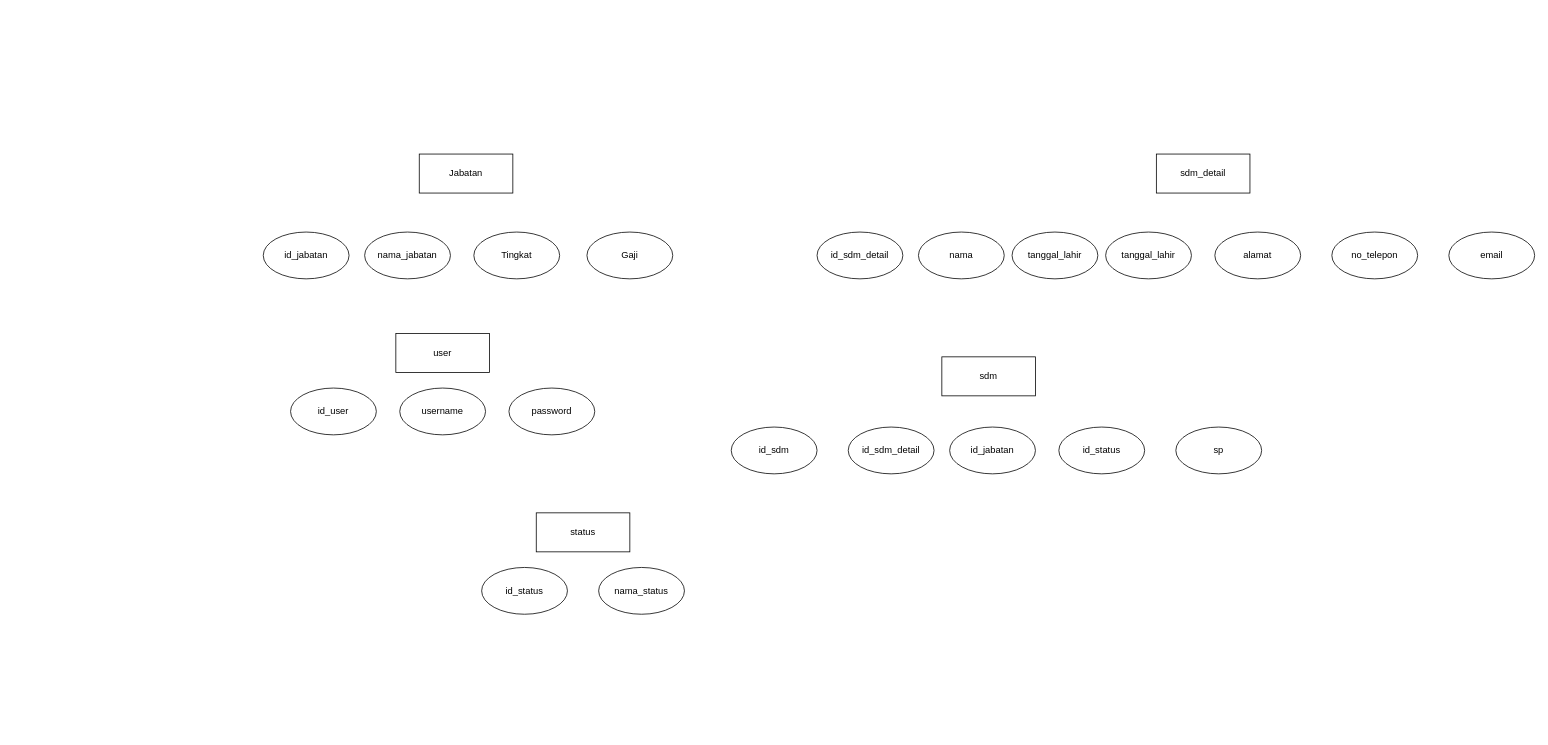
Earlier version of the draw.io diagram erd.drawio (RamziAhmar/UTS-Templating-CRUD-CI4). Source tidied: cells renumbered, new cells numbered last; positions are measured from the earlier drawing's top-left corner, leaving out a move shared by most shapes. Both pictures are drawn from the tidied source at 78%, with x=0, y=0 at pixel (263, 154).
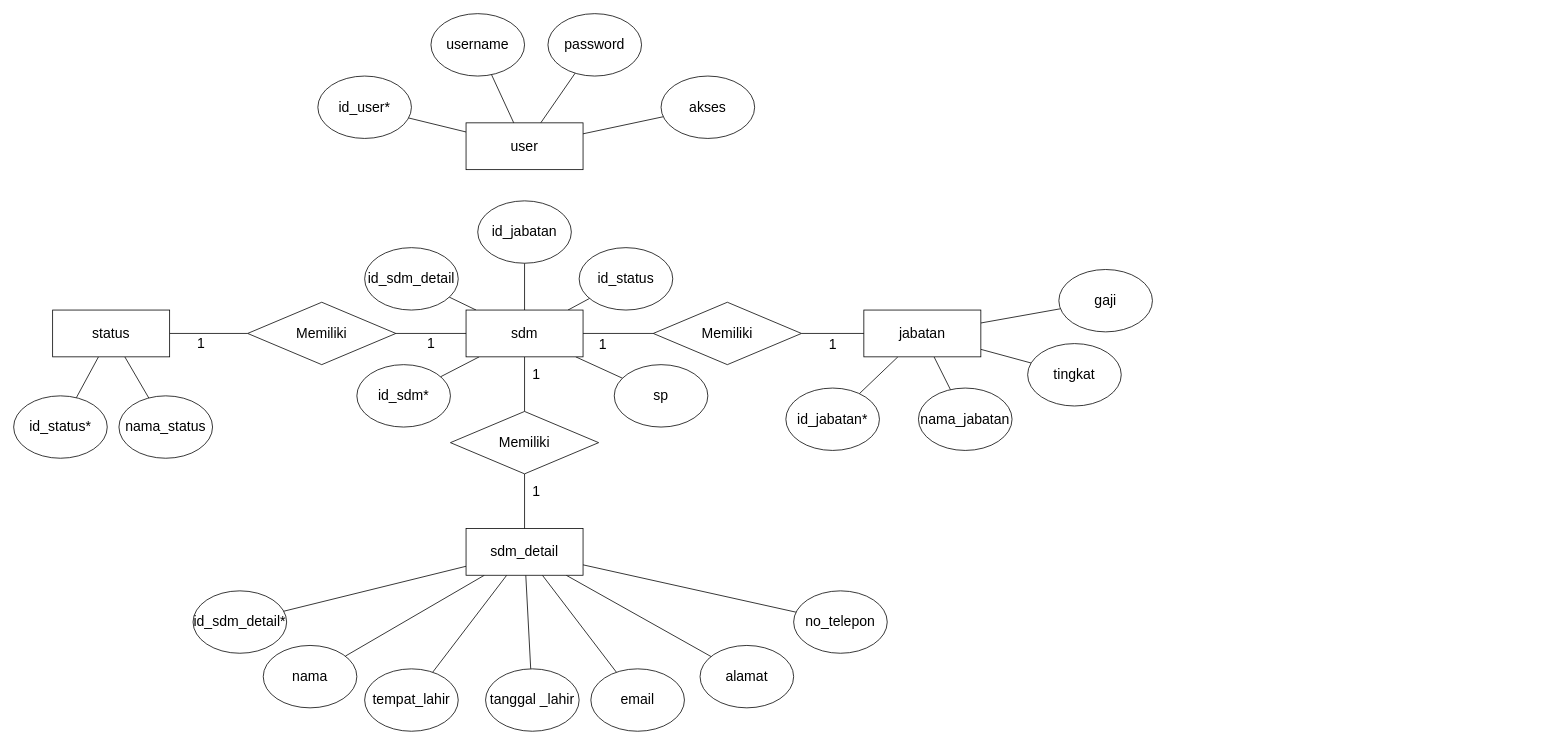
The same page after the edit.

What changed in the source:
```diff
@@
-    <mxCell id="2" value="Jabatan" style="rounded=0;whiteSpace=wrap;html=1;" parent="1" vertex="1">
-      <mxGeometry x="200" width="120" height="50" as="geometry" />
-    </mxCell>
-    <mxCell id="3" value="id_sdm_detail" style="ellipse;whiteSpace=wrap;html=1;" parent="1" vertex="1">
-      <mxGeometry x="710" y="100" width="110" height="60" as="geometry" />
-    </mxCell>
-    <mxCell id="4" value="nama_jabatan" style="ellipse;whiteSpace=wrap;html=1;" parent="1" vertex="1">
-      <mxGeometry x="130" y="100" width="110" height="60" as="geometry" />
-    </mxCell>
+    <mxCell id="28" value="id_sdm_detail*" style="ellipse;whiteSpace=wrap;html=1;fontSize=18;" parent="1" vertex="1">
+      <mxGeometry x="-90" y="560" width="120" height="80" as="geometry" />
+    </mxCell>
+    <mxCell id="29" style="rounded=0;jettySize=auto;html=1;endArrow=none;endFill=0;fontSize=18;" parent="1" edge="1" source="5" target="28">
+      <mxGeometry relative="1" as="geometry" />
+    </mxCell>
+    <mxCell id="30" style="rounded=0;jettySize=auto;html=1;endArrow=none;endFill=0;fontSize=18;" parent="1" edge="1" source="5" target="9">
+      <mxGeometry relative="1" as="geometry" />
+    </mxCell>
+    <mxCell id="31" style="rounded=0;jettySize=auto;html=1;endArrow=none;endFill=0;fontSize=18;" parent="1" edge="1" source="5" target="37">
+      <mxGeometry relative="1" as="geometry" />
+    </mxCell>
+    <mxCell id="32" style="rounded=0;jettySize=auto;html=1;endArrow=none;endFill=0;fontSize=18;" parent="1" edge="1" source="5" target="36">
+      <mxGeometry relative="1" as="geometry" />
+    </mxCell>
+    <mxCell id="33" style="rounded=0;jettySize=auto;html=1;endArrow=none;endFill=0;fontSize=18;" parent="1" edge="1" source="5" target="12">
+      <mxGeometry relative="1" as="geometry" />
+    </mxCell>
+    <mxCell id="34" style="rounded=0;jettySize=auto;html=1;endArrow=none;endFill=0;fontSize=18;" parent="1" edge="1" source="5" target="10">
+      <mxGeometry relative="1" as="geometry" />
+    </mxCell>
+    <mxCell id="35" style="rounded=0;jettySize=auto;html=1;endArrow=none;endFill=0;fontSize=18;" parent="1" edge="1" source="5" target="11">
+      <mxGeometry relative="1" as="geometry" />
+    </mxCell>
-    <mxCell id="5" value="sdm_detail" style="rounded=0;whiteSpace=wrap;html=1;" parent="1" vertex="1">
-      <mxGeometry x="1145" width="120" height="50" as="geometry" />
+    <mxCell id="5" value="sdm_detail" style="rounded=0;whiteSpace=wrap;html=1;fontSize=18;" parent="1" vertex="1">
+      <mxGeometry x="260" y="480" width="150" height="60" as="geometry" />
     </mxCell>
-    <mxCell id="6" value="Tingkat" style="ellipse;whiteSpace=wrap;html=1;" parent="1" vertex="1">
-      <mxGeometry x="270" y="100" width="110" height="60" as="geometry" />
-    </mxCell>
-    <mxCell id="7" value="Gaji" style="ellipse;whiteSpace=wrap;html=1;" parent="1" vertex="1">
-      <mxGeometry x="415" y="100" width="110" height="60" as="geometry" />
-    </mxCell>
-    <mxCell id="8" value="id_jabatan" style="ellipse;whiteSpace=wrap;html=1;" parent="1" vertex="1">
-      <mxGeometry y="100" width="110" height="60" as="geometry" />
-    </mxCell>
+    <mxCell id="10" value="alamat" style="ellipse;whiteSpace=wrap;html=1;fontSize=18;" parent="1" vertex="1">
+      <mxGeometry x="560" y="630" width="120" height="80" as="geometry" />
+    </mxCell>
+    <mxCell id="36" value="tanggal _lahir" style="ellipse;whiteSpace=wrap;html=1;fontSize=18;" parent="1" vertex="1">
+      <mxGeometry x="285" y="660" width="120" height="80" as="geometry" />
+    </mxCell>
+    <mxCell id="37" value="tempat_lahir" style="ellipse;whiteSpace=wrap;html=1;fontSize=18;" parent="1" vertex="1">
+      <mxGeometry x="130" y="660" width="120" height="80" as="geometry" />
+    </mxCell>
-    <mxCell id="9" value="nama" style="ellipse;whiteSpace=wrap;html=1;" parent="1" vertex="1">
-      <mxGeometry x="840" y="100" width="110" height="60" as="geometry" />
+    <mxCell id="9" value="nama" style="ellipse;whiteSpace=wrap;html=1;fontSize=18;" parent="1" vertex="1">
+      <mxGeometry y="630" width="120" height="80" as="geometry" />
     </mxCell>
-    <mxCell id="10" value="alamat" style="ellipse;whiteSpace=wrap;html=1;" parent="1" vertex="1">
-      <mxGeometry x="1220" y="100" width="110" height="60" as="geometry" />
-    </mxCell>
-    <mxCell id="11" value="no_telepon" style="ellipse;whiteSpace=wrap;html=1;" parent="1" vertex="1">
-      <mxGeometry x="1370" y="100" width="110" height="60" as="geometry" />
+    <mxCell id="11" value="no_telepon" style="ellipse;whiteSpace=wrap;html=1;fontSize=18;" parent="1" vertex="1">
+      <mxGeometry x="680" y="560" width="120" height="80" as="geometry" />
     </mxCell>
-    <mxCell id="12" value="email" style="ellipse;whiteSpace=wrap;html=1;" parent="1" vertex="1">
-      <mxGeometry x="1520" y="100" width="110" height="60" as="geometry" />
+    <mxCell id="12" value="email" style="ellipse;whiteSpace=wrap;html=1;fontSize=18;" parent="1" vertex="1">
+      <mxGeometry x="420" y="660" width="120" height="80" as="geometry" />
     </mxCell>
-    <mxCell id="13" value="tanggal_lahir" style="ellipse;whiteSpace=wrap;html=1;" parent="1" vertex="1">
-      <mxGeometry x="1080" y="100" width="110" height="60" as="geometry" />
-    </mxCell>
-    <mxCell id="14" value="tanggal_lahir" style="ellipse;whiteSpace=wrap;html=1;" parent="1" vertex="1">
-      <mxGeometry x="960" y="100" width="110" height="60" as="geometry" />
-    </mxCell>
+    <mxCell id="38" style="rounded=0;jettySize=auto;html=1;endArrow=none;endFill=0;fontSize=18;" parent="1" edge="1" source="15" target="58">
+      <mxGeometry relative="1" as="geometry" />
+    </mxCell>
+    <mxCell id="39" style="rounded=0;jettySize=auto;html=1;endArrow=none;endFill=0;fontSize=18;" parent="1" edge="1" source="15" target="66">
+      <mxGeometry relative="1" as="geometry" />
+    </mxCell>
+    <mxCell id="40" style="rounded=0;jettySize=auto;html=1;endArrow=none;endFill=0;fontSize=18;" parent="1" edge="1" source="15" target="73">
+      <mxGeometry relative="1" as="geometry" />
+    </mxCell>
+    <mxCell id="41" style="rounded=0;jettySize=auto;html=1;endArrow=none;endFill=0;fontSize=18;" parent="1" edge="1" source="15" target="27">
+      <mxGeometry relative="1" as="geometry" />
+    </mxCell>
+    <mxCell id="42" style="rounded=0;jettySize=auto;html=1;endArrow=none;endFill=0;fontSize=18;" parent="1" edge="1" source="15" target="75">
+      <mxGeometry relative="1" as="geometry" />
+    </mxCell>
+    <mxCell id="43" style="rounded=0;jettySize=auto;html=1;endArrow=none;endFill=0;fontSize=18;" parent="1" edge="1" source="15" target="76">
+      <mxGeometry relative="1" as="geometry" />
+    </mxCell>
+    <mxCell id="44" style="rounded=0;jettySize=auto;html=1;endArrow=none;endFill=0;fontSize=18;" parent="1" edge="1" source="15" target="74">
+      <mxGeometry relative="1" as="geometry" />
+    </mxCell>
-    <mxCell id="15" value="sdm" style="rounded=0;whiteSpace=wrap;html=1;" parent="1" vertex="1">
-      <mxGeometry x="870" y="260" width="120" height="50" as="geometry" />
+    <mxCell id="15" value="sdm" style="rounded=0;whiteSpace=wrap;html=1;fontSize=18;" parent="1" vertex="1">
+      <mxGeometry x="260" y="200" width="150" height="60" as="geometry" />
     </mxCell>
-    <mxCell id="16" value="id_sdm" style="ellipse;whiteSpace=wrap;html=1;" parent="1" vertex="1">
-      <mxGeometry x="600" y="350" width="110" height="60" as="geometry" />
-    </mxCell>
-    <mxCell id="17" value="id_jabatan" style="ellipse;whiteSpace=wrap;html=1;" parent="1" vertex="1">
-      <mxGeometry x="880" y="350" width="110" height="60" as="geometry" />
-    </mxCell>
+    <mxCell id="45" style="rounded=0;jettySize=auto;html=1;endArrow=none;endFill=0;fontSize=18;" parent="1" edge="1" source="49" target="70">
+      <mxGeometry relative="1" as="geometry" />
+    </mxCell>
+    <mxCell id="46" style="rounded=0;jettySize=auto;html=1;endArrow=none;endFill=0;fontSize=18;" parent="1" edge="1" source="49" target="4">
+      <mxGeometry relative="1" as="geometry" />
+    </mxCell>
+    <mxCell id="47" style="rounded=0;jettySize=auto;html=1;endArrow=none;endFill=0;fontSize=18;" parent="1" edge="1" source="49" target="71">
+      <mxGeometry relative="1" as="geometry" />
+    </mxCell>
+    <mxCell id="48" style="rounded=0;jettySize=auto;html=1;endArrow=none;endFill=0;fontSize=18;" parent="1" edge="1" source="49" target="72">
+      <mxGeometry relative="1" as="geometry" />
+    </mxCell>
+    <mxCell id="49" value="jabatan" style="rounded=0;whiteSpace=wrap;html=1;fontSize=18;" parent="1" vertex="1">
+      <mxGeometry x="770" y="200" width="150" height="60" as="geometry" />
+    </mxCell>
+    <mxCell id="50" style="rounded=0;jettySize=auto;html=1;endArrow=none;endFill=0;fontSize=18;" parent="1" edge="1" source="22" target="62">
+      <mxGeometry relative="1" as="geometry" />
+    </mxCell>
+    <mxCell id="51" style="rounded=0;jettySize=auto;html=1;endArrow=none;endFill=0;fontSize=18;" parent="1" edge="1" source="22" target="69">
+      <mxGeometry relative="1" as="geometry" />
+    </mxCell>
+    <mxCell id="52" style="rounded=0;jettySize=auto;html=1;endArrow=none;endFill=0;fontSize=18;" parent="1" edge="1" source="22" target="25">
+      <mxGeometry relative="1" as="geometry" />
+    </mxCell>
+    <mxCell id="22" value="status" style="rounded=0;whiteSpace=wrap;html=1;fontSize=18;" parent="1" vertex="1">
+      <mxGeometry x="-270" y="200" width="150" height="60" as="geometry" />
+    </mxCell>
+    <mxCell id="53" style="rounded=0;jettySize=auto;html=1;endArrow=none;endFill=0;fontSize=18;" parent="1" edge="1" source="18" target="77">
+      <mxGeometry relative="1" as="geometry" />
+    </mxCell>
+    <mxCell id="54" style="rounded=0;jettySize=auto;html=1;endArrow=none;endFill=0;fontSize=18;" parent="1" edge="1" source="18" target="20">
+      <mxGeometry relative="1" as="geometry" />
+    </mxCell>
+    <mxCell id="55" style="rounded=0;jettySize=auto;html=1;endArrow=none;endFill=0;fontSize=18;" parent="1" edge="1" source="18" target="21">
+      <mxGeometry relative="1" as="geometry" />
+    </mxCell>
+    <mxCell id="56" style="rounded=0;jettySize=auto;html=1;endArrow=none;endFill=0;fontSize=18;" parent="1" edge="1" source="18" target="78">
+      <mxGeometry relative="1" as="geometry" />
+    </mxCell>
-    <mxCell id="18" value="user" style="rounded=0;whiteSpace=wrap;html=1;" parent="1" vertex="1">
-      <mxGeometry x="170" y="230" width="120" height="50" as="geometry" />
+    <mxCell id="18" value="user" style="rounded=0;whiteSpace=wrap;html=1;fontSize=18;" parent="1" vertex="1">
+      <mxGeometry x="260" y="-40" width="150" height="60" as="geometry" />
     </mxCell>
-    <mxCell id="19" value="id_user" style="ellipse;whiteSpace=wrap;html=1;" parent="1" vertex="1">
-      <mxGeometry x="35" y="300" width="110" height="60" as="geometry" />
-    </mxCell>
+    <mxCell id="57" style="rounded=0;jettySize=auto;html=1;endArrow=none;endFill=0;fontSize=18;" parent="1" edge="1" source="58" target="5">
+      <mxGeometry relative="1" as="geometry" />
+    </mxCell>
+    <mxCell id="58" value="Memiliki" style="rhombus;whiteSpace=wrap;html=1;fontSize=18;" parent="1" vertex="1">
+      <mxGeometry x="240" y="330" width="190" height="80" as="geometry" />
+    </mxCell>
+    <mxCell id="59" value="1" style="text;html=1;align=center;verticalAlign=middle;strokeColor=none;fillColor=none;fontSize=18;" parent="1" vertex="1">
+      <mxGeometry x="335" y="413" width="30" height="40" as="geometry" />
+    </mxCell>
+    <mxCell id="60" value="1" style="text;html=1;align=center;verticalAlign=middle;strokeColor=none;fillColor=none;fontSize=18;" parent="1" vertex="1">
+      <mxGeometry x="335" y="263" width="30" height="40" as="geometry" />
+    </mxCell>
+    <mxCell id="61" style="rounded=0;jettySize=auto;html=1;endArrow=none;endFill=0;fontSize=18;" parent="1" edge="1" source="62" target="15">
+      <mxGeometry relative="1" as="geometry" />
+    </mxCell>
+    <mxCell id="62" value="Memiliki" style="rhombus;whiteSpace=wrap;html=1;fontSize=18;" parent="1" vertex="1">
+      <mxGeometry x="-20" y="190" width="190" height="80" as="geometry" />
+    </mxCell>
+    <mxCell id="63" value="1" style="text;html=1;align=center;verticalAlign=middle;strokeColor=none;fillColor=none;fontSize=18;" parent="1" vertex="1">
+      <mxGeometry x="-95" y="223" width="30" height="40" as="geometry" />
+    </mxCell>
+    <mxCell id="64" value="1" style="text;html=1;align=center;verticalAlign=middle;strokeColor=none;fillColor=none;fontSize=18;" parent="1" vertex="1">
+      <mxGeometry x="200" y="223" width="30" height="40" as="geometry" />
+    </mxCell>
+    <mxCell id="65" style="rounded=0;jettySize=auto;html=1;endArrow=none;endFill=0;fontSize=18;" parent="1" edge="1" source="66" target="49">
+      <mxGeometry relative="1" as="geometry" />
+    </mxCell>
+    <mxCell id="66" value="Memiliki" style="rhombus;whiteSpace=wrap;html=1;fontSize=18;" parent="1" vertex="1">
+      <mxGeometry x="500" y="190" width="190" height="80" as="geometry" />
+    </mxCell>
+    <mxCell id="67" value="1" style="text;html=1;align=center;verticalAlign=middle;strokeColor=none;fillColor=none;fontSize=18;" parent="1" vertex="1">
+      <mxGeometry x="420" y="225" width="30" height="40" as="geometry" />
+    </mxCell>
+    <mxCell id="68" value="1" style="text;html=1;align=center;verticalAlign=middle;strokeColor=none;fillColor=none;fontSize=18;" parent="1" vertex="1">
+      <mxGeometry x="715" y="225" width="30" height="40" as="geometry" />
+    </mxCell>
+    <mxCell id="69" value="id_status*" style="ellipse;whiteSpace=wrap;html=1;fontSize=18;" parent="1" vertex="1">
+      <mxGeometry x="-320" y="310" width="120" height="80" as="geometry" />
+    </mxCell>
+    <mxCell id="25" value="nama_status" style="ellipse;whiteSpace=wrap;html=1;fontSize=18;" parent="1" vertex="1">
+      <mxGeometry x="-185" y="310" width="120" height="80" as="geometry" />
+    </mxCell>
+    <mxCell id="70" value="id_jabatan*" style="ellipse;whiteSpace=wrap;html=1;fontSize=18;" parent="1" vertex="1">
+      <mxGeometry x="670" y="300" width="120" height="80" as="geometry" />
+    </mxCell>
+    <mxCell id="4" value="nama_jabatan" style="ellipse;whiteSpace=wrap;html=1;fontSize=18;" parent="1" vertex="1">
+      <mxGeometry x="840" y="300" width="120" height="80" as="geometry" />
+    </mxCell>
+    <mxCell id="71" value="tingkat" style="ellipse;whiteSpace=wrap;html=1;fontSize=18;" parent="1" vertex="1">
+      <mxGeometry x="980" y="243" width="120" height="80" as="geometry" />
+    </mxCell>
+    <mxCell id="72" value="gaji" style="ellipse;whiteSpace=wrap;html=1;fontSize=18;" parent="1" vertex="1">
+      <mxGeometry x="1020" y="148" width="120" height="80" as="geometry" />
+    </mxCell>
+    <mxCell id="73" value="id_sdm*" style="ellipse;whiteSpace=wrap;html=1;fontSize=18;" parent="1" vertex="1">
+      <mxGeometry x="120" y="270" width="120" height="80" as="geometry" />
+    </mxCell>
+    <mxCell id="74" value="id_sdm_detail" style="ellipse;whiteSpace=wrap;html=1;fontSize=18;" parent="1" vertex="1">
+      <mxGeometry x="130" y="120" width="120" height="80" as="geometry" />
+    </mxCell>
+    <mxCell id="27" value="sp" style="ellipse;whiteSpace=wrap;html=1;fontSize=18;" parent="1" vertex="1">
+      <mxGeometry x="450" y="270" width="120" height="80" as="geometry" />
+    </mxCell>
+    <mxCell id="75" value="id_status" style="ellipse;whiteSpace=wrap;html=1;fontSize=18;" parent="1" vertex="1">
+      <mxGeometry x="405" y="120" width="120" height="80" as="geometry" />
+    </mxCell>
+    <mxCell id="76" value="id_jabatan" style="ellipse;whiteSpace=wrap;html=1;fontSize=18;" parent="1" vertex="1">
+      <mxGeometry x="275" y="60" width="120" height="80" as="geometry" />
+    </mxCell>
+    <mxCell id="77" value="id_user*" style="ellipse;whiteSpace=wrap;html=1;fontSize=18;" parent="1" vertex="1">
+      <mxGeometry x="70" y="-100" width="120" height="80" as="geometry" />
+    </mxCell>
-    <mxCell id="20" value="username" style="ellipse;whiteSpace=wrap;html=1;" parent="1" vertex="1">
-      <mxGeometry x="175" y="300" width="110" height="60" as="geometry" />
+    <mxCell id="20" value="username" style="ellipse;whiteSpace=wrap;html=1;fontSize=18;" parent="1" vertex="1">
+      <mxGeometry x="215" y="-180" width="120" height="80" as="geometry" />
     </mxCell>
-    <mxCell id="21" value="password" style="ellipse;whiteSpace=wrap;html=1;" parent="1" vertex="1">
-      <mxGeometry x="315" y="300" width="110" height="60" as="geometry" />
+    <mxCell id="21" value="password" style="ellipse;whiteSpace=wrap;html=1;fontSize=18;" parent="1" vertex="1">
+      <mxGeometry x="365" y="-180" width="120" height="80" as="geometry" />
     </mxCell>
-    <mxCell id="22" value="status" style="rounded=0;whiteSpace=wrap;html=1;" parent="1" vertex="1">
-      <mxGeometry x="350" y="460" width="120" height="50" as="geometry" />
-    </mxCell>
-    <mxCell id="23" value="id_sdm_detail" style="ellipse;whiteSpace=wrap;html=1;" parent="1" vertex="1">
-      <mxGeometry x="750" y="350" width="110" height="60" as="geometry" />
-    </mxCell>
-    <mxCell id="24" value="id_status" style="ellipse;whiteSpace=wrap;html=1;" parent="1" vertex="1">
-      <mxGeometry x="280" y="530" width="110" height="60" as="geometry" />
-    </mxCell>
-    <mxCell id="25" value="nama_status" style="ellipse;whiteSpace=wrap;html=1;" parent="1" vertex="1">
-      <mxGeometry x="430" y="530" width="110" height="60" as="geometry" />
-    </mxCell>
-    <mxCell id="26" value="id_status" style="ellipse;whiteSpace=wrap;html=1;" parent="1" vertex="1">
-      <mxGeometry x="1020" y="350" width="110" height="60" as="geometry" />
-    </mxCell>
-    <mxCell id="27" value="sp" style="ellipse;whiteSpace=wrap;html=1;" parent="1" vertex="1">
-      <mxGeometry x="1170" y="350" width="110" height="60" as="geometry" />
-    </mxCell>
+    <mxCell id="78" value="akses" style="ellipse;whiteSpace=wrap;html=1;fontSize=18;" parent="1" vertex="1">
+      <mxGeometry x="510" y="-100" width="120" height="80" as="geometry" />
+    </mxCell>
```
